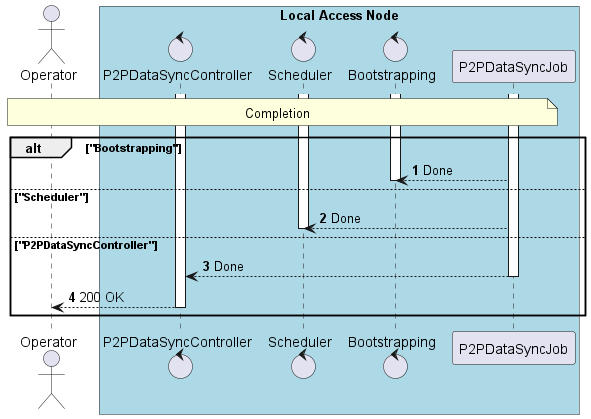
Above: desmos-tech-doc/images/use-case-data-synchronization-4-completion.png in in2workspace/in2-guides (PlantUML), before the change.
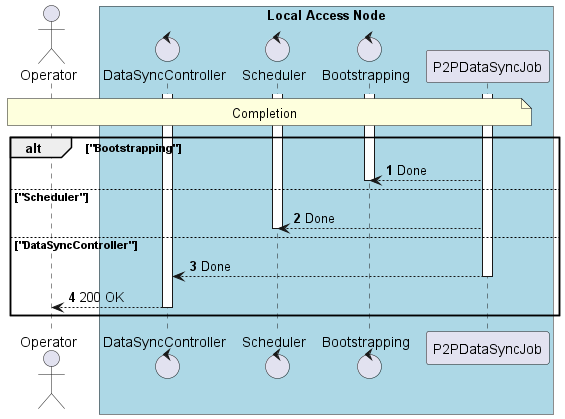
After the change.

Commit message:
fix(data-syncronization): change p2p data sync controller to data sync controller

Diff of the diagram source:
```diff
@@ -7,7 +7,7 @@
 actor "Operator" as operator
 
 box "Local Access Node" #LightBlue
-    control "P2PDataSyncController" as p2p_data_sync_controller
+    control "DataSyncController" as p2p_data_sync_controller
     control "Scheduler" as scheduler
     control "Bootstrapping" as bootstrapping
     participant "P2PDataSyncJob" as p2p_data_sync_job
@@ -30,7 +30,7 @@
 else "Scheduler"
     p2p_data_sync_job --> scheduler: Done
     deactivate scheduler
-else "P2PDataSyncController"
+else "DataSyncController"
     p2p_data_sync_job --> p2p_data_sync_controller: Done
     deactivate p2p_data_sync_job
     p2p_data_sync_controller --> operator: 200 OK
```
